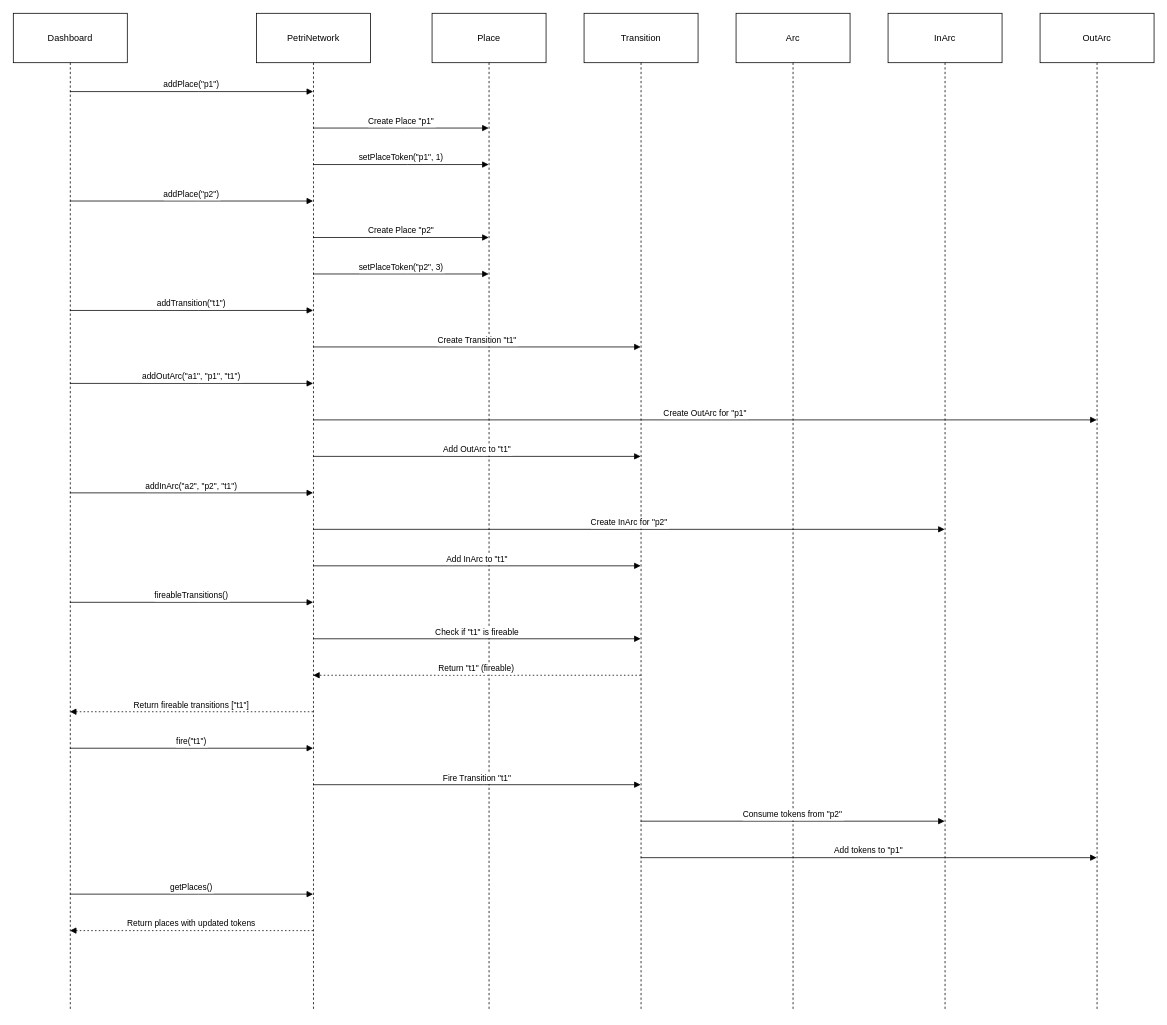
Above: page "Sequence Diagram 2" (5 of 6) of Docs/Modelling/PetriNetwork.drawio in MRJPEREZR/PetriNetwork (draw.io), before the change. Source tidied: cells renumbered, new cells numbered last; positions are measured from the earlier drawing's top-left corner, leaving out a move shared by most shapes. Both pictures are drawn from the tidied source at 76%, with x=0, y=0 at pixel (13, 13).
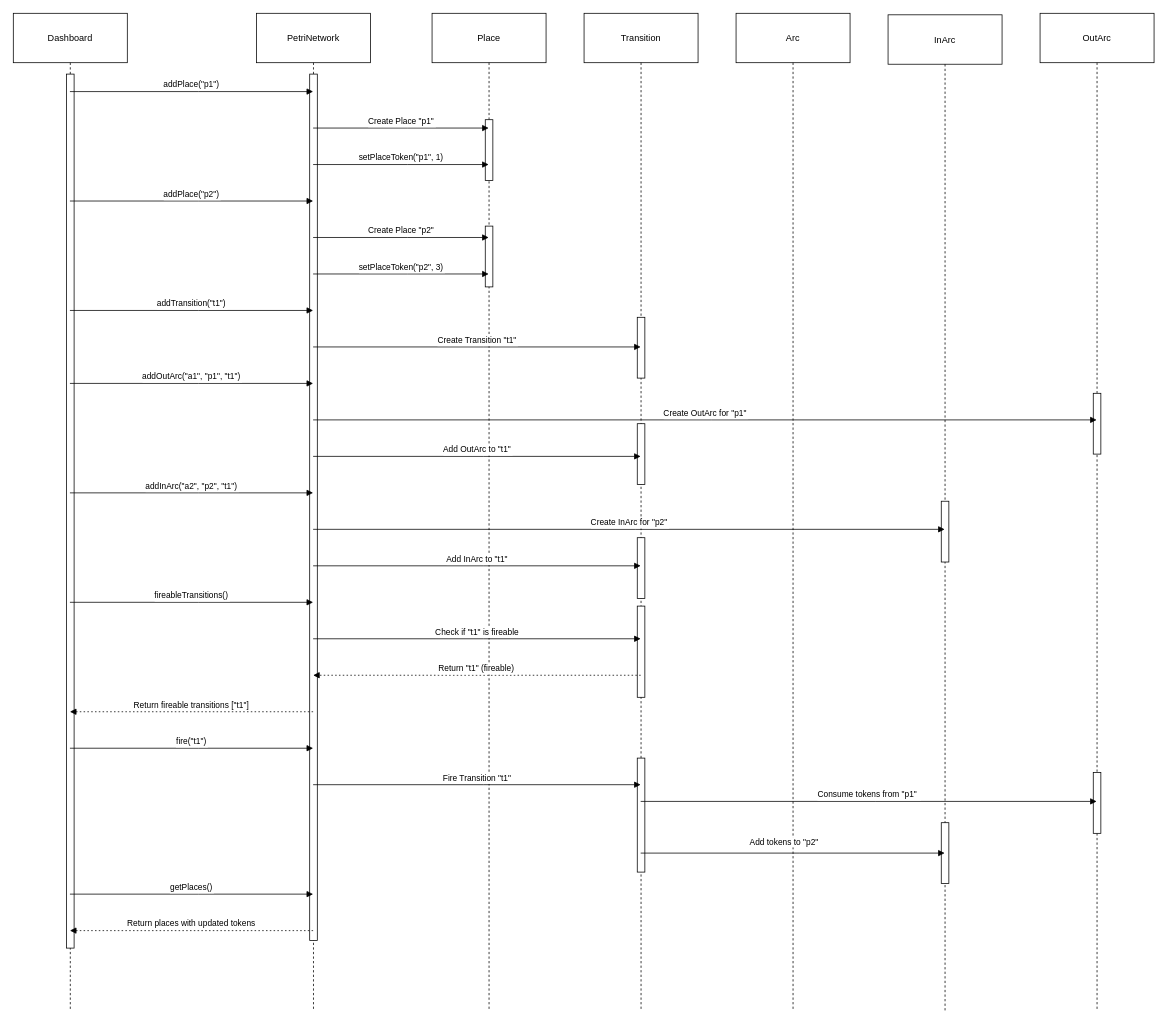
The same diagram, later.

The change refers to these unchanged cells:
```xml
<mxCell id="2" value="Dashboard" style="shape=umlLifeline;perimeter=lifelinePerimeter;whiteSpace=wrap;outlineConnect=0;portConstraint=eastwest;newEdgeStyle={&quot;edgeStyle&quot;:&quot;elbowEdgeStyle&quot;,&quot;elbow&quot;:&quot;vertical&quot;,&quot;curved&quot;:0,&quot;rounded&quot;:0};size=65;" parent="1" vertex="1">
  <mxGeometry width="150" height="1312" as="geometry" />
</mxCell>
<mxCell id="3" value="PetriNetwork" style="shape=umlLifeline;perimeter=lifelinePerimeter;whiteSpace=wrap;outlineConnect=0;portConstraint=eastwest;newEdgeStyle={&quot;edgeStyle&quot;:&quot;elbowEdgeStyle&quot;,&quot;elbow&quot;:&quot;vertical&quot;,&quot;curved&quot;:0,&quot;rounded&quot;:0};size=65;" parent="1" vertex="1">
  <mxGeometry x="320" width="150" height="1312" as="geometry" />
</mxCell>
<mxCell id="4" value="Place" style="shape=umlLifeline;perimeter=lifelinePerimeter;whiteSpace=wrap;outlineConnect=0;portConstraint=eastwest;newEdgeStyle={&quot;edgeStyle&quot;:&quot;elbowEdgeStyle&quot;,&quot;elbow&quot;:&quot;vertical&quot;,&quot;curved&quot;:0,&quot;rounded&quot;:0};size=65;" parent="1" vertex="1">
  <mxGeometry x="551" width="150" height="1312" as="geometry" />
</mxCell>
<mxCell id="5" value="Transition" style="shape=umlLifeline;perimeter=lifelinePerimeter;whiteSpace=wrap;outlineConnect=0;portConstraint=eastwest;newEdgeStyle={&quot;edgeStyle&quot;:&quot;elbowEdgeStyle&quot;,&quot;elbow&quot;:&quot;vertical&quot;,&quot;curved&quot;:0,&quot;rounded&quot;:0};size=65;" parent="1" vertex="1">
  <mxGeometry x="751" width="150" height="1312" as="geometry" />
</mxCell>
<mxCell id="8" value="OutArc" style="shape=umlLifeline;perimeter=lifelinePerimeter;whiteSpace=wrap;outlineConnect=0;portConstraint=eastwest;newEdgeStyle={&quot;edgeStyle&quot;:&quot;elbowEdgeStyle&quot;,&quot;elbow&quot;:&quot;vertical&quot;,&quot;curved&quot;:0,&quot;rounded&quot;:0};size=65;" parent="1" vertex="1">
  <mxGeometry x="1351" width="150" height="1312" as="geometry" />
</mxCell>
```

What changed in the source:
```diff
@@
+    <mxCell id="33" style="html=1;perimeter=orthogonalPerimeter;targetShapes=umlLifeline;newEdgeStyle={&quot;curved&quot;:0,&quot;rounded&quot;:0};" parent="2" vertex="1">
+      <mxGeometry x="70" y="80" width="10" height="1150" as="geometry" />
+    </mxCell>
@@
+    <mxCell id="34" style="html=1;perimeter=orthogonalPerimeter;targetShapes=umlLifeline;newEdgeStyle={&quot;curved&quot;:0,&quot;rounded&quot;:0};" parent="3" vertex="1">
+      <mxGeometry x="70" y="80" width="10" height="1140" as="geometry" />
+    </mxCell>
@@
+    <mxCell id="35" style="html=1;perimeter=orthogonalPerimeter;targetShapes=umlLifeline;newEdgeStyle={&quot;curved&quot;:0,&quot;rounded&quot;:0};" parent="4" vertex="1">
+      <mxGeometry x="70" y="140" width="10" height="80" as="geometry" />
+    </mxCell>
+    <mxCell id="36" style="html=1;perimeter=orthogonalPerimeter;targetShapes=umlLifeline;newEdgeStyle={&quot;curved&quot;:0,&quot;rounded&quot;:0};" parent="4" vertex="1">
+      <mxGeometry x="70" y="280" width="10" height="80" as="geometry" />
+    </mxCell>
@@
+    <mxCell id="37" style="html=1;perimeter=orthogonalPerimeter;targetShapes=umlLifeline;newEdgeStyle={&quot;curved&quot;:0,&quot;rounded&quot;:0};" parent="5" vertex="1">
+      <mxGeometry x="70" y="400" width="10" height="80" as="geometry" />
+    </mxCell>
+    <mxCell id="38" style="html=1;perimeter=orthogonalPerimeter;targetShapes=umlLifeline;newEdgeStyle={&quot;curved&quot;:0,&quot;rounded&quot;:0};" parent="5" vertex="1">
+      <mxGeometry x="70" y="540" width="10" height="80" as="geometry" />
+    </mxCell>
+    <mxCell id="39" style="html=1;perimeter=orthogonalPerimeter;targetShapes=umlLifeline;newEdgeStyle={&quot;curved&quot;:0,&quot;rounded&quot;:0};" parent="5" vertex="1">
+      <mxGeometry x="70" y="690" width="10" height="80" as="geometry" />
+    </mxCell>
+    <mxCell id="40" style="html=1;perimeter=orthogonalPerimeter;targetShapes=umlLifeline;newEdgeStyle={&quot;curved&quot;:0,&quot;rounded&quot;:0};" parent="5" vertex="1">
+      <mxGeometry x="70" y="780" width="10" height="120" as="geometry" />
+    </mxCell>
+    <mxCell id="41" style="html=1;perimeter=orthogonalPerimeter;targetShapes=umlLifeline;newEdgeStyle={&quot;curved&quot;:0,&quot;rounded&quot;:0};" parent="5" vertex="1">
+      <mxGeometry x="70" y="980" width="10" height="150" as="geometry" />
+    </mxCell>
@@
     <mxCell id="7" value="InArc" style="shape=umlLifeline;perimeter=lifelinePerimeter;whiteSpace=wrap;outlineConnect=0;portConstraint=eastwest;newEdgeStyle={&quot;edgeStyle&quot;:&quot;elbowEdgeStyle&quot;,&quot;elbow&quot;:&quot;vertical&quot;,&quot;curved&quot;:0,&quot;rounded&quot;:0};size=65;" parent="1" vertex="1">
-      <mxGeometry x="1151" width="150" height="1312" as="geometry" />
+      <mxGeometry x="1151" y="2" width="150" height="1312" as="geometry" />
     </mxCell>
+    <mxCell id="42" style="html=1;perimeter=orthogonalPerimeter;targetShapes=umlLifeline;newEdgeStyle={&quot;curved&quot;:0,&quot;rounded&quot;:0};" parent="7" vertex="1">
+      <mxGeometry x="70" y="640" width="10" height="80" as="geometry" />
+    </mxCell>
+    <mxCell id="43" style="html=1;perimeter=orthogonalPerimeter;targetShapes=umlLifeline;newEdgeStyle={&quot;curved&quot;:0,&quot;rounded&quot;:0};" parent="7" vertex="1">
+      <mxGeometry x="70" y="1063" width="10" height="80" as="geometry" />
+    </mxCell>
@@
+    <mxCell id="44" style="html=1;perimeter=orthogonalPerimeter;targetShapes=umlLifeline;newEdgeStyle={&quot;curved&quot;:0,&quot;rounded&quot;:0};" parent="8" vertex="1">
+      <mxGeometry x="70" y="500" width="10" height="80" as="geometry" />
+    </mxCell>
+    <mxCell id="45" style="html=1;perimeter=orthogonalPerimeter;targetShapes=umlLifeline;newEdgeStyle={&quot;curved&quot;:0,&quot;rounded&quot;:0};" parent="8" vertex="1">
+      <mxGeometry x="70" y="999" width="10" height="80" as="geometry" />
+    </mxCell>
@@
-    <mxCell id="29" value="Consume tokens from &quot;p2&quot;" style="verticalAlign=bottom;edgeStyle=elbowEdgeStyle;elbow=vertical;curved=0;rounded=0;endArrow=block;" parent="1" edge="1" source="5" target="7">
+    <mxCell id="29" style="verticalAlign=bottom;edgeStyle=elbowEdgeStyle;elbow=vertical;curved=0;rounded=0;endArrow=block;" parent="1" edge="1">
       <mxGeometry relative="1" as="geometry">
+        <mxPoint x="825.5" y="1105" as="sourcePoint" />
+        <mxPoint x="1225.5" y="1105" as="targetPoint" />
         <Array as="points">
-          <mxPoint x="1035" y="1063" />
+          <mxPoint x="1035" y="1105" />
         </Array>
       </mxGeometry>
     </mxCell>
+    <mxCell id="46" value="Add tokens to &quot;p2&quot;" style="edgeLabel;html=1;align=center;verticalAlign=middle;" parent="29" vertex="1">
+      <mxGeometry x="-0.06" relative="1" as="geometry">
+        <mxPoint y="-15" as="offset" />
+      </mxGeometry>
+    </mxCell>
-    <mxCell id="30" value="Add tokens to &quot;p1&quot;" style="verticalAlign=bottom;edgeStyle=elbowEdgeStyle;elbow=vertical;curved=0;rounded=0;endArrow=block;" parent="1" edge="1" source="5" target="8">
+    <mxCell id="30" value="Consume tokens from &quot;p1&quot; " style="verticalAlign=bottom;edgeStyle=elbowEdgeStyle;elbow=vertical;curved=0;rounded=0;endArrow=block;" parent="1" edge="1">
       <mxGeometry relative="1" as="geometry">
+        <mxPoint x="825.5" y="1037" as="sourcePoint" />
+        <mxPoint x="1425.5" y="1037" as="targetPoint" />
         <Array as="points">
-          <mxPoint x="1135" y="1111" />
+          <mxPoint x="1135" y="1037" />
         </Array>
       </mxGeometry>
     </mxCell>
```
